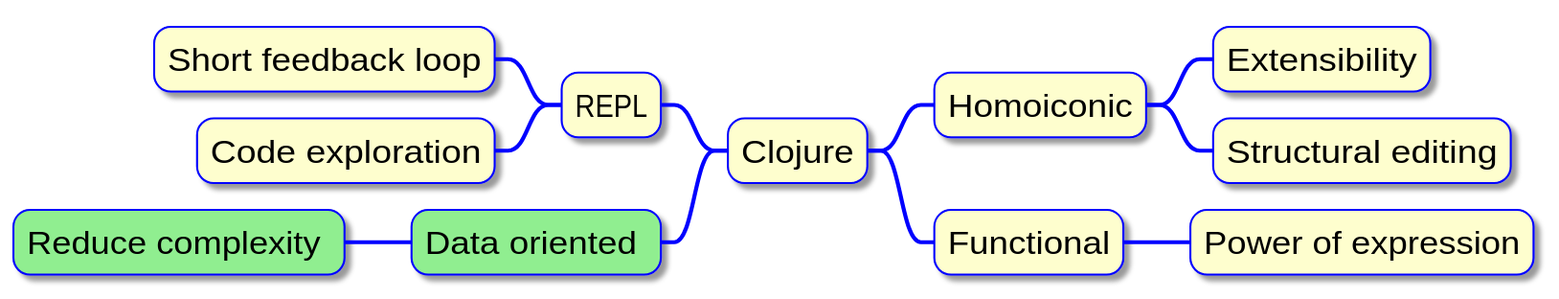
Before: reveal/site/img/clojure-essence.svg, a diagram exported from PlantUML (viebel/slides.klipse.tech). Its diagram source:
```plantuml
@startmindmap
!include SkinParam.iuml

* Clojure
** Homoiconic
*** Extensibility
*** Structural editing
** Functional
*** Power of expression

left side

** REPL
*** Short feedback loop
*** Code exploration
** Data oriented <<green>>
*** Reduce complexity <<green>>

@endmindmap
```
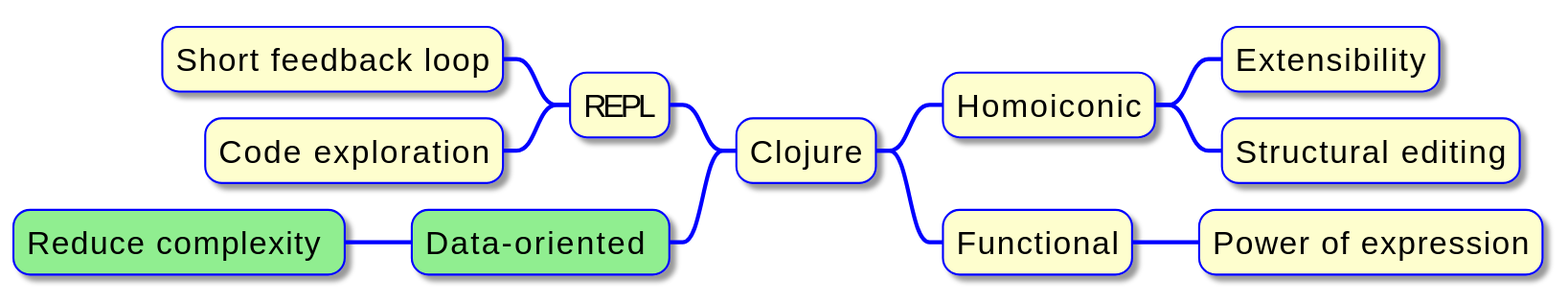
Above is the later version.

What changed in the source:
```diff
@@ -13,7 +13,7 @@
 ** REPL
 *** Short feedback loop
 *** Code exploration
-** Data oriented <<green>>
+** Data-oriented <<green>>
 *** Reduce complexity <<green>>
 
 @endmindmap
```
